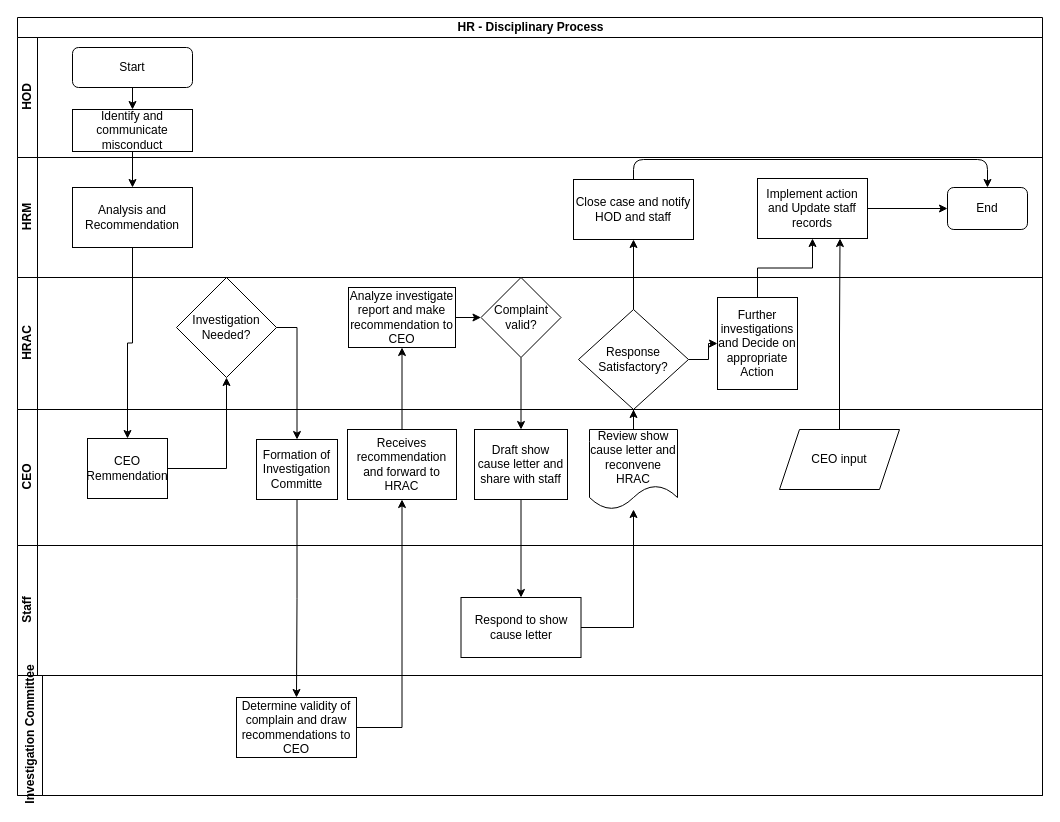
Before: HR - Disciplinary Sessions.drawio in kmagua/flowcharts, a draw.io diagram. Source tidied: cells renumbered, new cells numbered last; positions are measured from the earlier drawing's top-left corner, leaving out a move shared by most shapes. Both pictures are drawn from the tidied source at 100%, with x=0, y=0 at pixel (17, 17).
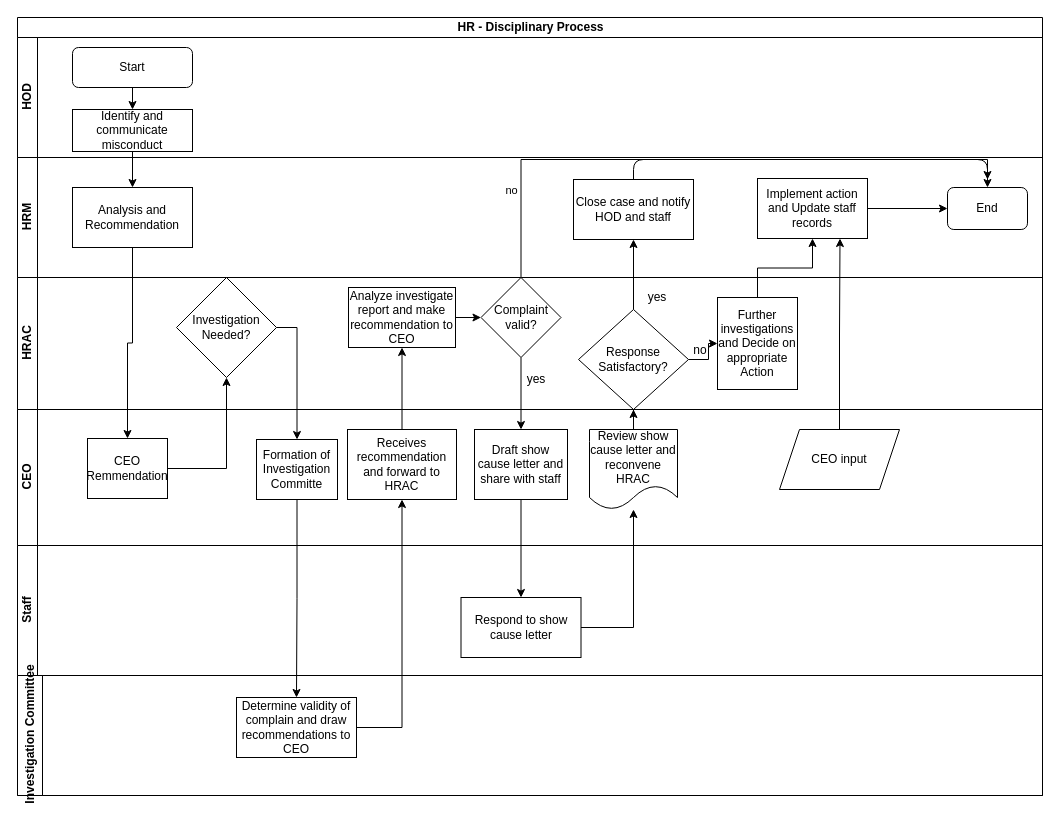
Above is the later version.

The change refers to these unchanged cells:
```xml
<mxCell id="2" value="HR - Disciplinary Process" style="swimlane;html=1;horizontal=1;startSize=20;" parent="1" vertex="1">
  <mxGeometry width="1025" height="778" as="geometry" />
</mxCell>
<mxCell id="14" value="HRAC" style="swimlane;html=1;startSize=20;horizontal=0;" parent="2" vertex="1">
  <mxGeometry y="260" width="1025" height="132" as="geometry" />
</mxCell>
<mxCell id="15" value="Complaint valid?" style="rhombus;whiteSpace=wrap;html=1;rounded=0;" parent="14" vertex="1">
  <mxGeometry x="463.5" width="80" height="80" as="geometry" />
</mxCell>
```

What changed in the source:
```diff
@@
+    <mxCell id="47" value="yes" style="text;html=1;strokeColor=none;fillColor=none;align=center;verticalAlign=middle;whiteSpace=wrap;rounded=0;" parent="14" vertex="1">
+      <mxGeometry x="620" y="10" width="40" height="20" as="geometry" />
+    </mxCell>
+    <mxCell id="48" value="yes" style="text;html=1;strokeColor=none;fillColor=none;align=center;verticalAlign=middle;whiteSpace=wrap;rounded=0;" parent="14" vertex="1">
+      <mxGeometry x="499" y="92" width="40" height="20" as="geometry" />
+    </mxCell>
+    <mxCell id="49" value="no" style="text;html=1;strokeColor=none;fillColor=none;align=center;verticalAlign=middle;whiteSpace=wrap;rounded=0;" parent="14" vertex="1">
+      <mxGeometry x="663" y="63" width="40" height="20" as="geometry" />
+    </mxCell>
@@
+    <mxCell id="50" style="edgeStyle=orthogonalEdgeStyle;rounded=0;jettySize=auto;html=1;" parent="2" edge="1" source="15">
+      <mxGeometry relative="1" as="geometry">
+        <mxPoint x="970" y="162" as="targetPoint" />
+        <Array as="points">
+          <mxPoint x="504" y="142" />
+          <mxPoint x="970" y="142" />
+        </Array>
+      </mxGeometry>
+    </mxCell>
+    <mxCell id="51" value="no" style="edgeLabel;html=1;align=center;verticalAlign=middle;" parent="50" vertex="1">
+      <mxGeometry x="-0.71" y="6" relative="1" as="geometry">
+        <mxPoint x="-4" as="offset" />
+      </mxGeometry>
+    </mxCell>
```
